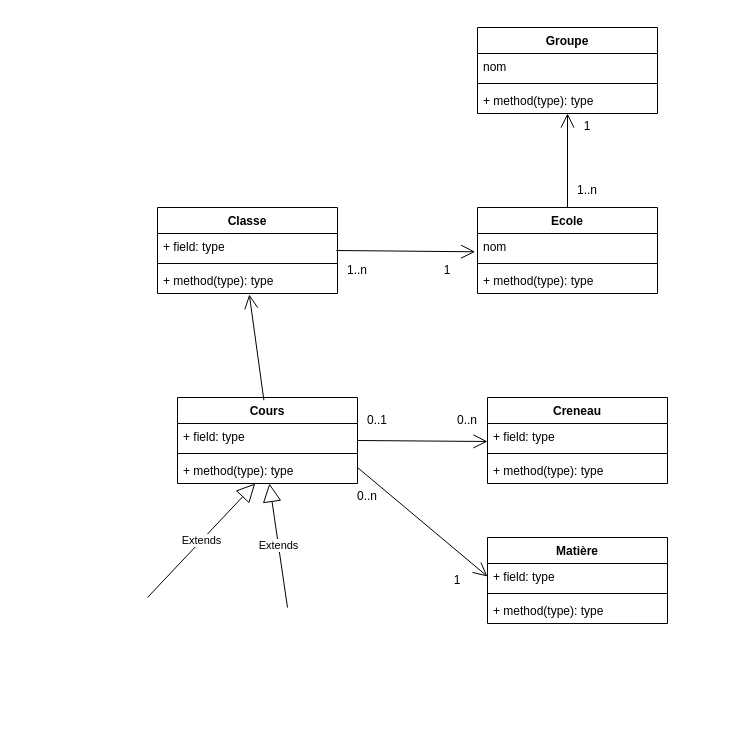
Earlier version of the draw.io diagram page "Page-2" (2 of 2) of superhyperplanning/superhyperplanning.drawio (argonaultes-education/concept-objet-python-sn1). Source tidied: cells renumbered, new cells numbered last; positions are measured from the earlier drawing's top-left corner, leaving out a move shared by most shapes. Both pictures are drawn from the tidied source at 100%, with x=0, y=0 at pixel (147, 27).
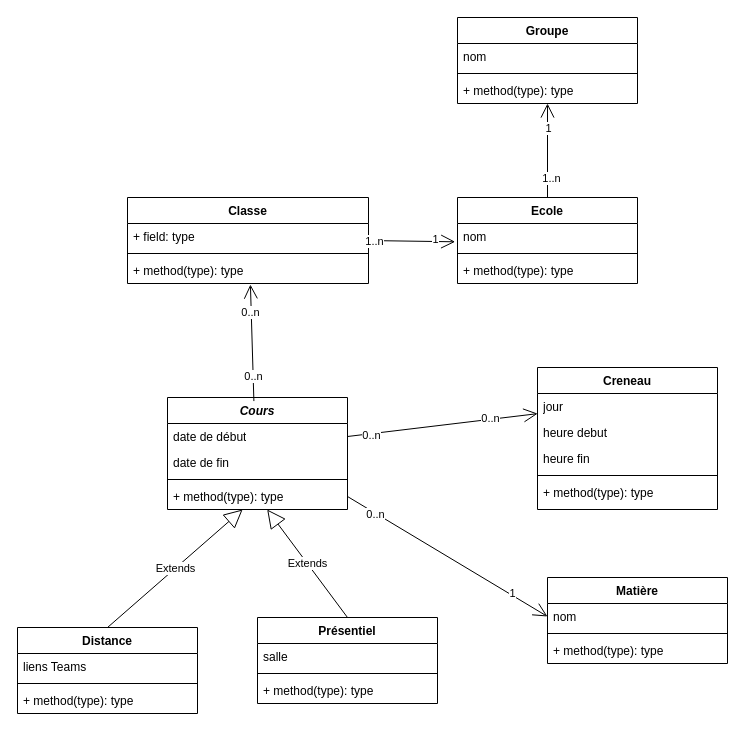
The same page after the edit.

Commit message:
abstraction du cours

Unchanged cells that the change refers to:
```xml
<mxCell id="27" style="endArrow=open;endFill=1;endSize=12;html=1;rounded=0;exitX=0.993;exitY=0.654;exitDx=0;exitDy=0;exitPerimeter=0;entryX=-0.013;entryY=0.703;entryDx=0;entryDy=0;entryPerimeter=0;" parent="1" edge="1" source="3" target="16">
  <mxGeometry relative="1" as="geometry" />
</mxCell>
<mxCell id="28" style="endArrow=open;endFill=1;endSize=12;html=1;rounded=0;exitX=0.48;exitY=0.032;exitDx=0;exitDy=0;exitPerimeter=0;entryX=0.51;entryY=1.038;entryDx=0;entryDy=0;entryPerimeter=0;" parent="1" edge="1" source="7" target="5">
  <mxGeometry relative="1" as="geometry" />
</mxCell>
<mxCell id="29" style="endArrow=open;endFill=1;endSize=12;html=1;rounded=0;exitX=0.5;exitY=0;exitDx=0;exitDy=0;entryX=0.5;entryY=1;entryDx=0;entryDy=0;" parent="1" edge="1" source="15" target="19">
  <mxGeometry relative="1" as="geometry" />
</mxCell>
```

Diff of the diagram source:
```diff
@@
     <mxCell id="2" value="Classe" style="swimlane;fontStyle=1;align=center;verticalAlign=top;horizontal=1;startSize=26;whiteSpace=wrap;html=1;" parent="1" vertex="1">
-      <mxGeometry x="10" y="180" width="180" height="86" as="geometry" />
+      <mxGeometry x="-20" y="170" width="241" height="86" as="geometry" />
     </mxCell>
     <mxCell id="3" value="+ field: type" style="text;strokeColor=none;fillColor=none;align=left;verticalAlign=top;spacingLeft=4;spacingRight=4;overflow=hidden;points=[[0,0.5],[1,0.5]];portConstraint=eastwest;whiteSpace=wrap;html=1;" parent="2" vertex="1">
-      <mxGeometry y="26" width="180" height="26" as="geometry" />
+      <mxGeometry y="26" width="241" height="26" as="geometry" />
     </mxCell>
     <mxCell id="4" style="line;strokeWidth=1;fillColor=none;align=left;verticalAlign=middle;spacingTop=-1;spacingLeft=3;spacingRight=3;labelPosition=right;strokeColor=inherit;" parent="2" vertex="1">
-      <mxGeometry y="52" width="180" height="8" as="geometry" />
+      <mxGeometry y="52" width="241" height="8" as="geometry" />
     </mxCell>
     <mxCell id="5" value="+ method(type): type" style="text;strokeColor=none;fillColor=none;align=left;verticalAlign=top;spacingLeft=4;spacingRight=4;overflow=hidden;points=[[0,0.5],[1,0.5]];portConstraint=eastwest;whiteSpace=wrap;html=1;" parent="2" vertex="1">
-      <mxGeometry y="60" width="180" height="26" as="geometry" />
+      <mxGeometry y="60" width="241" height="26" as="geometry" />
     </mxCell>
-    <mxCell id="6" value="Extends" style="endArrow=block;endSize=16;endFill=0;html=1;rounded=0;" parent="1" edge="1" target="10">
-      <mxGeometry relative="1" as="geometry">
-        <mxPoint y="570" as="sourcePoint" />
-      </mxGeometry>
+    <mxCell id="6" value="Extends" style="endArrow=block;endSize=16;endFill=0;html=1;rounded=0;exitX=0.5;exitY=0;exitDx=0;exitDy=0;" parent="1" edge="1" source="54" target="10">
+      <mxGeometry relative="1" as="geometry" />
     </mxCell>
-    <mxCell id="7" value="Cours" style="swimlane;fontStyle=1;align=center;verticalAlign=top;horizontal=1;startSize=26;whiteSpace=wrap;html=1;" parent="1" vertex="1">
-      <mxGeometry x="30" y="370" width="180" height="86" as="geometry" />
+    <mxCell id="7" value="&lt;i&gt;Cours&lt;/i&gt;" style="swimlane;fontStyle=1;align=center;verticalAlign=top;horizontal=1;startSize=26;whiteSpace=wrap;html=1;" parent="1" vertex="1">
+      <mxGeometry x="20" y="370" width="180" height="112" as="geometry" />
     </mxCell>
-    <mxCell id="8" value="+ field: type" style="text;strokeColor=none;fillColor=none;align=left;verticalAlign=top;spacingLeft=4;spacingRight=4;overflow=hidden;points=[[0,0.5],[1,0.5]];portConstraint=eastwest;whiteSpace=wrap;html=1;" parent="7" vertex="1">
+    <mxCell id="8" value="date de début" style="text;strokeColor=none;fillColor=none;align=left;verticalAlign=top;spacingLeft=4;spacingRight=4;overflow=hidden;points=[[0,0.5],[1,0.5]];portConstraint=eastwest;whiteSpace=wrap;html=1;" parent="7" vertex="1">
       <mxGeometry y="26" width="180" height="26" as="geometry" />
     </mxCell>
+    <mxCell id="41" value="date de fin" style="text;strokeColor=none;fillColor=none;align=left;verticalAlign=top;spacingLeft=4;spacingRight=4;overflow=hidden;whiteSpace=wrap;html=1;" parent="7" vertex="1">
+      <mxGeometry y="52" width="180" height="26" as="geometry" />
+    </mxCell>
     <mxCell id="9" style="line;strokeWidth=1;fillColor=none;align=left;verticalAlign=middle;spacingTop=-1;spacingLeft=3;spacingRight=3;labelPosition=right;strokeColor=inherit;" parent="7" vertex="1">
-      <mxGeometry y="52" width="180" height="8" as="geometry" />
+      <mxGeometry y="78" width="180" height="8" as="geometry" />
     </mxCell>
     <mxCell id="10" value="+ method(type): type" style="text;strokeColor=none;fillColor=none;align=left;verticalAlign=top;spacingLeft=4;spacingRight=4;overflow=hidden;points=[[0,0.5],[1,0.5]];portConstraint=eastwest;whiteSpace=wrap;html=1;" parent="7" vertex="1">
-      <mxGeometry y="60" width="180" height="26" as="geometry" />
+      <mxGeometry y="86" width="180" height="26" as="geometry" />
     </mxCell>
     <mxCell id="11" value="Creneau" style="swimlane;fontStyle=1;align=center;verticalAlign=top;horizontal=1;startSize=26;whiteSpace=wrap;html=1;" parent="1" vertex="1">
-      <mxGeometry x="340" y="370" width="180" height="86" as="geometry" />
+      <mxGeometry x="390" y="340" width="180" height="142" as="geometry" />
     </mxCell>
-    <mxCell id="12" value="+ field: type" style="text;strokeColor=none;fillColor=none;align=left;verticalAlign=top;spacingLeft=4;spacingRight=4;overflow=hidden;points=[[0,0.5],[1,0.5]];portConstraint=eastwest;whiteSpace=wrap;html=1;" parent="11" vertex="1">
+    <mxCell id="12" value="jour" style="text;strokeColor=none;fillColor=none;align=left;verticalAlign=top;spacingLeft=4;spacingRight=4;overflow=hidden;points=[[0,0.5],[1,0.5]];portConstraint=eastwest;whiteSpace=wrap;html=1;" parent="11" vertex="1">
       <mxGeometry y="26" width="180" height="26" as="geometry" />
     </mxCell>
+    <mxCell id="42" value="heure debut" style="text;strokeColor=none;fillColor=none;align=left;verticalAlign=top;spacingLeft=4;spacingRight=4;overflow=hidden;whiteSpace=wrap;html=1;" parent="11" vertex="1">
+      <mxGeometry y="52" width="180" height="26" as="geometry" />
+    </mxCell>
+    <mxCell id="43" value="heure fin" style="text;strokeColor=none;fillColor=none;align=left;verticalAlign=top;spacingLeft=4;spacingRight=4;overflow=hidden;whiteSpace=wrap;html=1;" parent="11" vertex="1">
+      <mxGeometry y="78" width="180" height="26" as="geometry" />
+    </mxCell>
     <mxCell id="13" style="line;strokeWidth=1;fillColor=none;align=left;verticalAlign=middle;spacingTop=-1;spacingLeft=3;spacingRight=3;labelPosition=right;strokeColor=inherit;" parent="11" vertex="1">
-      <mxGeometry y="52" width="180" height="8" as="geometry" />
+      <mxGeometry y="104" width="180" height="8" as="geometry" />
     </mxCell>
     <mxCell id="14" value="+ method(type): type" style="text;strokeColor=none;fillColor=none;align=left;verticalAlign=top;spacingLeft=4;spacingRight=4;overflow=hidden;whiteSpace=wrap;html=1;" parent="11" vertex="1">
-      <mxGeometry y="60" width="180" height="26" as="geometry" />
+      <mxGeometry y="112" width="180" height="30" as="geometry" />
     </mxCell>
     <mxCell id="15" value="Ecole" style="swimlane;fontStyle=1;align=center;verticalAlign=top;horizontal=1;startSize=26;whiteSpace=wrap;html=1;" parent="1" vertex="1">
-      <mxGeometry x="330" y="180" width="180" height="86" as="geometry" />
+      <mxGeometry x="310" y="170" width="180" height="86" as="geometry" />
     </mxCell>
@@
     <mxCell id="19" value="Groupe" style="swimlane;fontStyle=1;align=center;verticalAlign=top;horizontal=1;startSize=26;whiteSpace=wrap;html=1;" parent="1" vertex="1">
-      <mxGeometry x="330" width="180" height="86" as="geometry" />
+      <mxGeometry x="310" y="-10" width="180" height="86" as="geometry" />
     </mxCell>
@@
     <mxCell id="23" value="Matière" style="swimlane;fontStyle=1;align=center;verticalAlign=top;horizontal=1;startSize=26;whiteSpace=wrap;html=1;" parent="1" vertex="1">
-      <mxGeometry x="340" y="510" width="180" height="86" as="geometry" />
+      <mxGeometry x="400" y="550" width="180" height="86" as="geometry" />
     </mxCell>
-    <mxCell id="24" value="+ field: type" style="text;strokeColor=none;fillColor=none;align=left;verticalAlign=top;spacingLeft=4;spacingRight=4;overflow=hidden;points=[[0,0.5],[1,0.5]];portConstraint=eastwest;whiteSpace=wrap;html=1;" parent="23" vertex="1">
+    <mxCell id="24" value="nom" style="text;strokeColor=none;fillColor=none;align=left;verticalAlign=top;spacingLeft=4;spacingRight=4;overflow=hidden;points=[[0,0.5],[1,0.5]];portConstraint=eastwest;whiteSpace=wrap;html=1;" parent="23" vertex="1">
       <mxGeometry y="26" width="180" height="26" as="geometry" />
     </mxCell>
@@
+    <mxCell id="44" value="1..n" style="edgeLabel;html=1;align=center;verticalAlign=middle;" parent="27" vertex="1">
+      <mxGeometry x="-0.41" y="2" relative="1" as="geometry">
+        <mxPoint x="-19" y="2" as="offset" />
+      </mxGeometry>
+    </mxCell>
+    <mxCell id="45" value="1" style="edgeLabel;html=1;align=center;verticalAlign=middle;" parent="27" vertex="1">
+      <mxGeometry x="0.54" y="2" relative="1" as="geometry" />
+    </mxCell>
@@
+    <mxCell id="46" value="0..n" style="edgeLabel;html=1;align=center;verticalAlign=middle;" parent="28" vertex="1">
+      <mxGeometry x="-0.67" relative="1" as="geometry">
+        <mxPoint y="-6" as="offset" />
+      </mxGeometry>
+    </mxCell>
+    <mxCell id="47" value="0..n" style="edgeLabel;html=1;align=center;verticalAlign=middle;" parent="28" vertex="1">
+      <mxGeometry x="0.52" y="1" relative="1" as="geometry" />
+    </mxCell>
@@
+    <mxCell id="48" value="1" style="edgeLabel;html=1;align=center;verticalAlign=middle;" parent="29" vertex="1">
+      <mxGeometry x="0.48" relative="1" as="geometry" />
+    </mxCell>
+    <mxCell id="49" value="1..n" style="edgeLabel;html=1;align=center;verticalAlign=middle;" parent="29" vertex="1">
+      <mxGeometry x="-0.57" y="-3" relative="1" as="geometry" />
+    </mxCell>
-    <mxCell id="30" value="Extends" style="endArrow=block;endSize=16;endFill=0;html=1;rounded=0;" parent="1" edge="1" target="10">
-      <mxGeometry relative="1" as="geometry">
-        <mxPoint x="140" y="580" as="sourcePoint" />
-      </mxGeometry>
+    <mxCell id="30" value="Extends" style="endArrow=block;endSize=16;endFill=0;html=1;rounded=0;exitX=0.5;exitY=0;exitDx=0;exitDy=0;" parent="1" edge="1" source="58" target="10">
+      <mxGeometry relative="1" as="geometry" />
     </mxCell>
-    <mxCell id="31" style="endArrow=open;endFill=1;endSize=12;html=1;rounded=0;" parent="1" edge="1">
-      <mxGeometry relative="1" as="geometry">
-        <mxPoint x="210" y="413" as="sourcePoint" />
-        <mxPoint x="340" y="414" as="targetPoint" />
-      </mxGeometry>
+    <mxCell id="31" style="endArrow=open;endFill=1;endSize=12;html=1;rounded=0;exitX=1;exitY=0.5;exitDx=0;exitDy=0;entryX=0.001;entryY=0.775;entryDx=0;entryDy=0;entryPerimeter=0;" parent="1" edge="1" source="8" target="12">
+      <mxGeometry relative="1" as="geometry" />
     </mxCell>
-    <mxCell id="32" value="0..1" style="text;html=1;strokeColor=none;fillColor=none;align=center;verticalAlign=middle;whiteSpace=wrap;rounded=0;" parent="1" vertex="1">
-      <mxGeometry x="210" y="380" width="40" height="25" as="geometry" />
-    </mxCell>
-    <mxCell id="33" value="0..n" style="text;html=1;strokeColor=none;fillColor=none;align=center;verticalAlign=middle;whiteSpace=wrap;rounded=0;" parent="1" vertex="1">
-      <mxGeometry x="300" y="380" width="40" height="25" as="geometry" />
-    </mxCell>
+    <mxCell id="50" value="0..n" style="edgeLabel;html=1;align=center;verticalAlign=middle;" parent="31" vertex="1">
+      <mxGeometry x="-0.75" y="-1" relative="1" as="geometry" />
+    </mxCell>
+    <mxCell id="51" value="0..n" style="edgeLabel;html=1;align=center;verticalAlign=middle;" parent="31" vertex="1">
+      <mxGeometry x="0.5" y="1" relative="1" as="geometry" />
+    </mxCell>
-    <mxCell id="34" style="endArrow=open;endFill=1;endSize=12;html=1;rounded=0;entryX=0;entryY=0.5;entryDx=0;entryDy=0;" parent="1" edge="1" target="24">
-      <mxGeometry relative="1" as="geometry">
-        <mxPoint x="210" y="440" as="sourcePoint" />
-      </mxGeometry>
+    <mxCell id="34" style="endArrow=open;endFill=1;endSize=12;html=1;rounded=0;entryX=0;entryY=0.5;entryDx=0;entryDy=0;exitX=1;exitY=0.5;exitDx=0;exitDy=0;" parent="1" edge="1" source="10" target="24">
+      <mxGeometry relative="1" as="geometry" />
     </mxCell>
-    <mxCell id="35" value="0..n" style="text;html=1;strokeColor=none;fillColor=none;align=center;verticalAlign=middle;whiteSpace=wrap;rounded=0;" parent="1" vertex="1">
-      <mxGeometry x="200" y="456" width="40" height="25" as="geometry" />
-    </mxCell>
-    <mxCell id="36" value="1" style="text;html=1;strokeColor=none;fillColor=none;align=center;verticalAlign=middle;whiteSpace=wrap;rounded=0;" parent="1" vertex="1">
-      <mxGeometry x="290" y="540.5" width="40" height="25" as="geometry" />
-    </mxCell>
-    <mxCell id="37" value="1..n" style="text;html=1;strokeColor=none;fillColor=none;align=center;verticalAlign=middle;whiteSpace=wrap;rounded=0;" parent="1" vertex="1">
-      <mxGeometry x="190" y="230" width="40" height="25" as="geometry" />
-    </mxCell>
-    <mxCell id="38" value="1" style="text;html=1;strokeColor=none;fillColor=none;align=center;verticalAlign=middle;whiteSpace=wrap;rounded=0;" parent="1" vertex="1">
-      <mxGeometry x="280" y="230" width="40" height="25" as="geometry" />
-    </mxCell>
-    <mxCell id="39" value="1..n" style="text;html=1;strokeColor=none;fillColor=none;align=center;verticalAlign=middle;whiteSpace=wrap;rounded=0;" parent="1" vertex="1">
-      <mxGeometry x="420" y="150" width="40" height="25" as="geometry" />
-    </mxCell>
-    <mxCell id="40" value="1" style="text;html=1;strokeColor=none;fillColor=none;align=center;verticalAlign=middle;whiteSpace=wrap;rounded=0;" parent="1" vertex="1">
-      <mxGeometry x="420" y="86" width="40" height="25" as="geometry" />
-    </mxCell>
+    <mxCell id="52" value="1" style="edgeLabel;html=1;align=center;verticalAlign=middle;" parent="34" vertex="1">
+      <mxGeometry x="0.64" y="2" relative="1" as="geometry" />
+    </mxCell>
+    <mxCell id="53" value="0..n" style="edgeLabel;html=1;align=center;verticalAlign=middle;" parent="34" vertex="1">
+      <mxGeometry x="-0.72" y="-1" relative="1" as="geometry" />
+    </mxCell>
+    <mxCell id="54" value="Distance" style="swimlane;fontStyle=1;align=center;verticalAlign=top;horizontal=1;startSize=26;whiteSpace=wrap;html=1;" parent="1" vertex="1">
+      <mxGeometry x="-130" y="600" width="180" height="86" as="geometry" />
+    </mxCell>
+    <mxCell id="55" value="liens Teams" style="text;strokeColor=none;fillColor=none;align=left;verticalAlign=top;spacingLeft=4;spacingRight=4;overflow=hidden;whiteSpace=wrap;html=1;" parent="54" vertex="1">
+      <mxGeometry y="26" width="180" height="26" as="geometry" />
+    </mxCell>
+    <mxCell id="56" style="line;strokeWidth=1;fillColor=none;align=left;verticalAlign=middle;spacingTop=-1;spacingLeft=3;spacingRight=3;labelPosition=right;strokeColor=inherit;" parent="54" vertex="1">
+      <mxGeometry y="52" width="180" height="8" as="geometry" />
+    </mxCell>
+    <mxCell id="57" value="+ method(type): type" style="text;strokeColor=none;fillColor=none;align=left;verticalAlign=top;spacingLeft=4;spacingRight=4;overflow=hidden;whiteSpace=wrap;html=1;" parent="54" vertex="1">
+      <mxGeometry y="60" width="180" height="26" as="geometry" />
+    </mxCell>
+    <mxCell id="58" value="Présentiel" style="swimlane;fontStyle=1;align=center;verticalAlign=top;horizontal=1;startSize=26;whiteSpace=wrap;html=1;" parent="1" vertex="1">
+      <mxGeometry x="110" y="590" width="180" height="86" as="geometry" />
+    </mxCell>
+    <mxCell id="59" value="salle" style="text;strokeColor=none;fillColor=none;align=left;verticalAlign=top;spacingLeft=4;spacingRight=4;overflow=hidden;whiteSpace=wrap;html=1;" parent="58" vertex="1">
+      <mxGeometry y="26" width="180" height="26" as="geometry" />
+    </mxCell>
+    <mxCell id="60" style="line;strokeWidth=1;fillColor=none;align=left;verticalAlign=middle;spacingTop=-1;spacingLeft=3;spacingRight=3;labelPosition=right;strokeColor=inherit;" parent="58" vertex="1">
+      <mxGeometry y="52" width="180" height="8" as="geometry" />
+    </mxCell>
+    <mxCell id="61" value="+ method(type): type" style="text;strokeColor=none;fillColor=none;align=left;verticalAlign=top;spacingLeft=4;spacingRight=4;overflow=hidden;whiteSpace=wrap;html=1;" parent="58" vertex="1">
+      <mxGeometry y="60" width="180" height="26" as="geometry" />
+    </mxCell>
```
